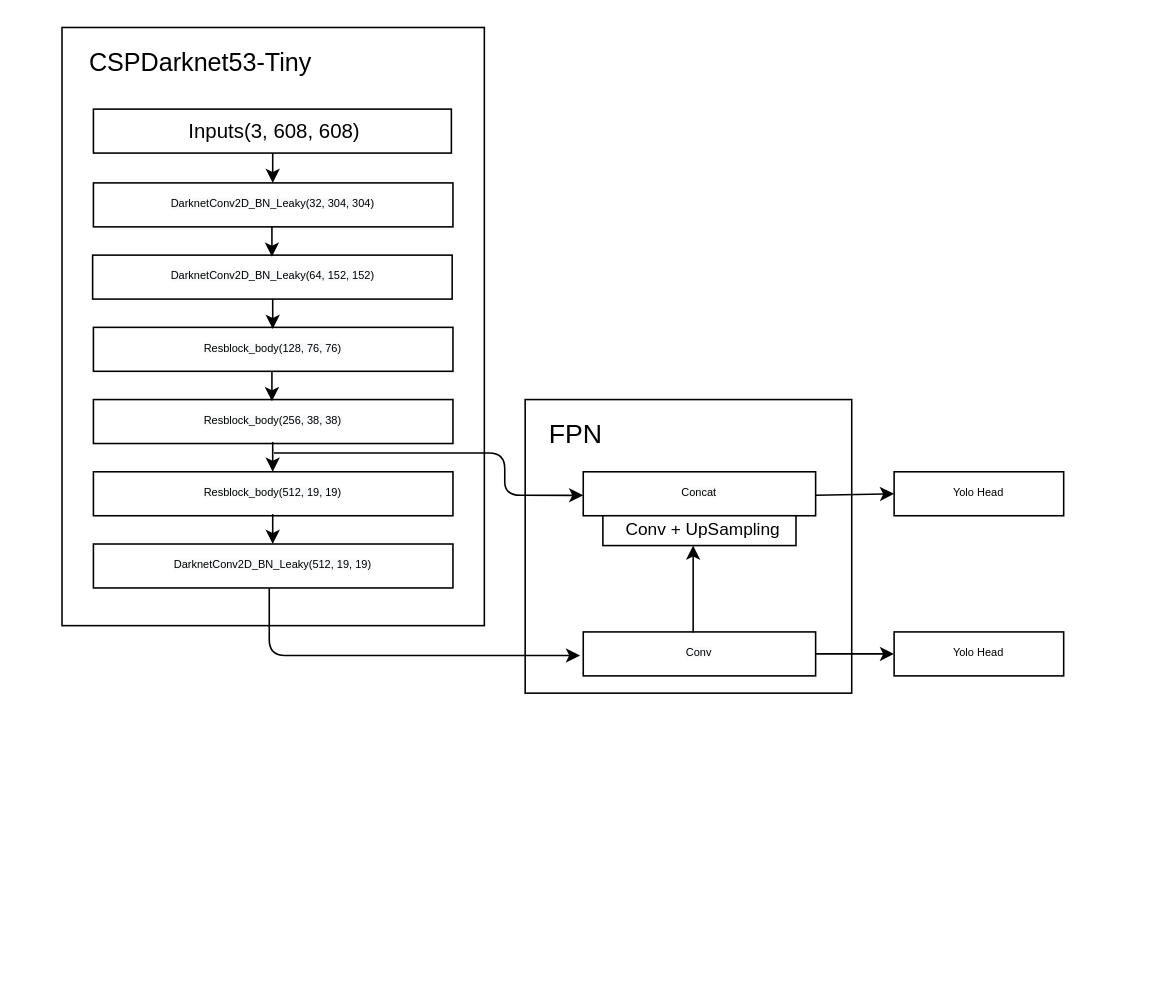
zjie134/blog_pic keeps this draw.io diagram as Untitled Diagram.drawio. Above is the earlier version. Source tidied: cells renumbered, new cells numbered last; positions are measured from the earlier drawing's top-left corner, leaving out a move shared by most shapes. Both pictures are drawn from the tidied source at 157%, with x=0, y=0 at pixel (61, 27).
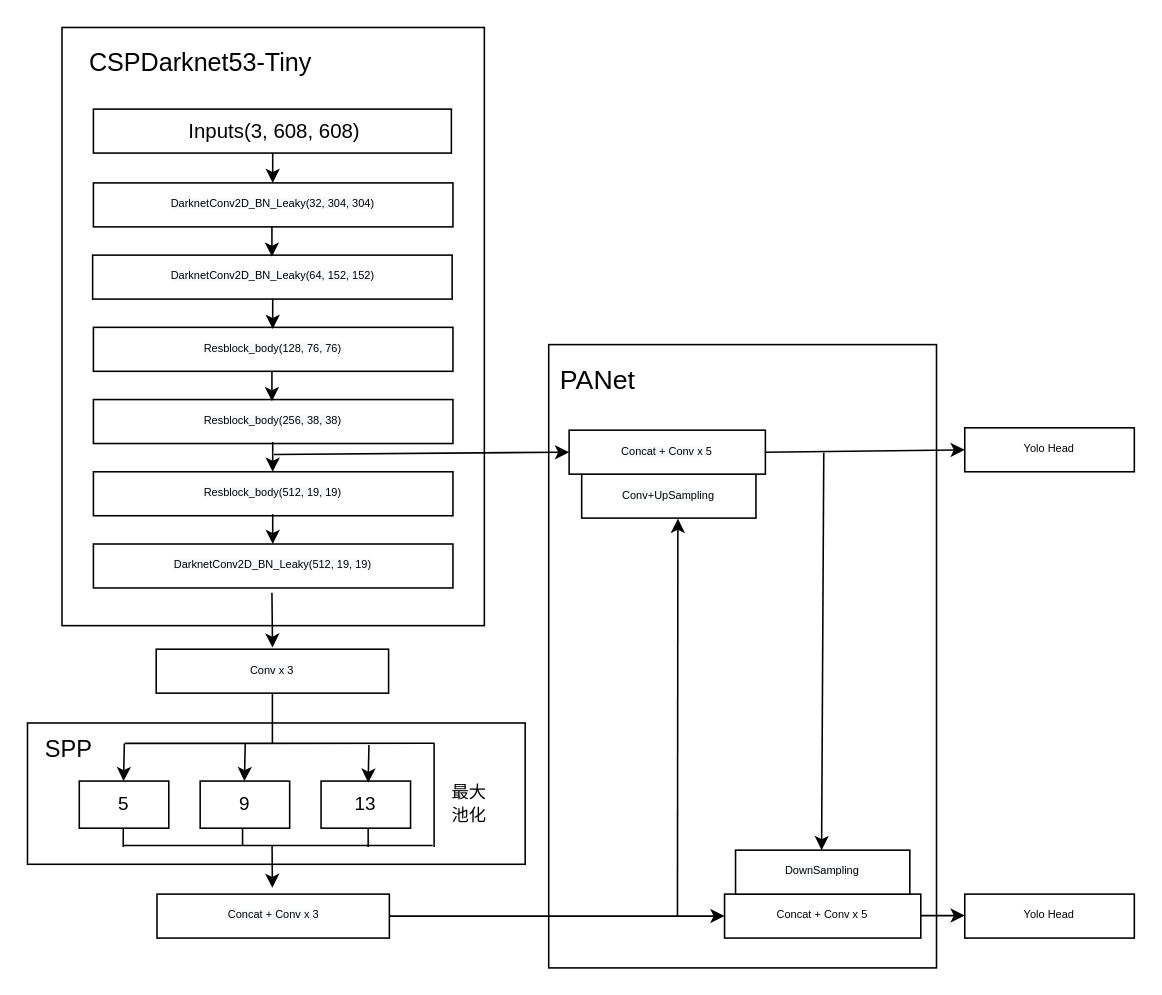
The same diagram, later.

Commit message:
YOLO-TINY-change

Change to the diagram source:
```diff
@@
     <mxCell id="2" style="rounded=0;whiteSpace=wrap;html=1;strokeWidth=1;fontSize=7;" parent="1" vertex="1">
-      <mxGeometry x="295" y="237" width="208" height="187" as="geometry" />
+      <mxGeometry x="310" y="202" width="247" height="397" as="geometry" />
     </mxCell>
@@
-    <mxCell id="9" style="endArrow=classic;html=1;fontSize=7;" parent="1" edge="1">
-      <mxGeometry relative="1" as="geometry">
-        <mxPoint x="132" y="357" as="sourcePoint" />
-        <mxPoint x="330" y="400" as="targetPoint" />
-        <Array as="points">
-          <mxPoint x="132" y="400" />
-        </Array>
-      </mxGeometry>
-    </mxCell>
@@
-    <mxCell id="20" style="endArrow=classic;html=1;fontSize=7;entryX=0;entryY=0.536;entryDx=0;entryDy=0;entryPerimeter=0;" parent="1" edge="1" target="22">
-      <mxGeometry relative="1" as="geometry">
-        <mxPoint x="135" y="271" as="sourcePoint" />
-        <Array as="points">
-          <mxPoint x="282" y="271" />
-          <mxPoint x="282" y="298" />
-        </Array>
-      </mxGeometry>
-    </mxCell>
-    <mxCell id="21" value="&lt;span style=&quot;color: rgb(0 , 0 , 0) ; font-family: &amp;#34;helvetica&amp;#34; ; font-style: normal ; font-weight: 400 ; letter-spacing: normal ; text-align: center ; text-indent: 0px ; text-transform: none ; word-spacing: 0px ; background-color: rgb(248 , 249 , 250) ; display: inline ; float: none ; font-size: 7px&quot;&gt;&lt;font style=&quot;font-size: 7px&quot;&gt;Conv&lt;/font&gt;&lt;/span&gt;" style="rounded=0;whiteSpace=wrap;html=1;strokeWidth=1;fontSize=7;" parent="1" vertex="1">
-      <mxGeometry x="332" y="385" width="148" height="28" as="geometry" />
+    <mxCell id="21" value="&lt;font face=&quot;helvetica&quot;&gt;Concat + Conv x 5&lt;/font&gt;" style="rounded=0;whiteSpace=wrap;html=1;strokeWidth=1;fontSize=7;" parent="1" vertex="1">
+      <mxGeometry x="422" y="552" width="125" height="28" as="geometry" />
     </mxCell>
-    <mxCell id="22" value="&lt;span style=&quot;color: rgb(0 , 0 , 0) ; font-family: &amp;#34;helvetica&amp;#34; ; font-style: normal ; font-weight: 400 ; letter-spacing: normal ; text-align: center ; text-indent: 0px ; text-transform: none ; word-spacing: 0px ; background-color: rgb(248 , 249 , 250) ; display: inline ; float: none ; font-size: 7px&quot;&gt;&lt;font style=&quot;font-size: 7px&quot;&gt;Concat&lt;/font&gt;&lt;/span&gt;" style="rounded=0;whiteSpace=wrap;html=1;strokeWidth=1;fontSize=7;" parent="1" vertex="1">
-      <mxGeometry x="332" y="283" width="148" height="28" as="geometry" />
-    </mxCell>
-    <mxCell id="23" style="rounded=0;whiteSpace=wrap;html=1;strokeWidth=1;fontSize=7;" parent="1" vertex="1">
-      <mxGeometry x="344.5" y="311" width="123" height="19" as="geometry" />
-    </mxCell>
-    <mxCell id="24" value="&lt;font style=&quot;font-size: 11px&quot;&gt;Conv + UpSampling&lt;/font&gt;" style="text;html=1;align=center;verticalAlign=middle;fillColor=none;strokeColor=none;rounded=0;fontSize=7;" parent="1" vertex="1">
-      <mxGeometry x="347.5" y="313.5" width="120" height="12" as="geometry" />
-    </mxCell>
-    <mxCell id="25" style="endArrow=classic;html=1;fontSize=7;entryX=0;entryY=0.5;entryDx=0;entryDy=0;" parent="1" edge="1" target="27">
-      <mxGeometry relative="1" as="geometry">
-        <mxPoint x="480" y="298" as="sourcePoint" />
-      </mxGeometry>
+    <mxCell id="25" style="endArrow=classic;html=1;fontSize=7;entryX=0;entryY=0.5;entryDx=0;entryDy=0;exitX=1;exitY=0.5;exitDx=0;exitDy=0;" parent="1" edge="1" source="54" target="27">
+      <mxGeometry relative="1" as="geometry" />
     </mxCell>
-    <mxCell id="26" style="endArrow=classic;html=1;fontSize=7;entryX=0;entryY=0.5;entryDx=0;entryDy=0;" parent="1" edge="1" target="28">
-      <mxGeometry relative="1" as="geometry">
-        <mxPoint x="480" y="399" as="sourcePoint" />
-      </mxGeometry>
-    </mxCell>
     <mxCell id="27" value="&lt;font face=&quot;helvetica&quot;&gt;Yolo Head&lt;/font&gt;" style="rounded=0;whiteSpace=wrap;html=1;strokeWidth=1;fontSize=7;" parent="1" vertex="1">
-      <mxGeometry x="530" y="283" width="108" height="28" as="geometry" />
+      <mxGeometry x="575" y="255" width="108" height="28" as="geometry" />
     </mxCell>
     <mxCell id="28" value="&lt;span style=&quot;font-family: &amp;#34;helvetica&amp;#34;&quot;&gt;Yolo Head&lt;/span&gt;" style="rounded=0;whiteSpace=wrap;html=1;strokeWidth=1;fontSize=7;" parent="1" vertex="1">
-      <mxGeometry x="530" y="385" width="108" height="28" as="geometry" />
+      <mxGeometry x="575" y="552" width="108" height="28" as="geometry" />
     </mxCell>
-    <mxCell id="29" value="&lt;font style=&quot;font-size: 17px&quot;&gt;FPN&lt;/font&gt;" style="text;html=1;align=center;verticalAlign=middle;fillColor=none;strokeColor=none;rounded=0;fontSize=7;" parent="1" vertex="1">
-      <mxGeometry x="305.5" y="253" width="42" height="14" as="geometry" />
+    <mxCell id="29" value="&lt;font style=&quot;font-size: 17px&quot;&gt;PANet&lt;/font&gt;" style="text;html=1;align=center;verticalAlign=middle;fillColor=none;strokeColor=none;rounded=0;fontSize=7;" parent="1" vertex="1">
+      <mxGeometry x="312" y="219" width="58" height="14" as="geometry" />
     </mxCell>
-    <mxCell id="30" style="endArrow=classic;html=1;fontSize=7;exitX=0.473;exitY=0.014;exitDx=0;exitDy=0;exitPerimeter=0;" parent="1" edge="1" source="21">
+    <mxCell id="30" style="endArrow=classic;html=1;fontSize=7;entryX=0.552;entryY=1.014;entryDx=0;entryDy=0;entryPerimeter=0;" parent="1" edge="1" target="53">
       <mxGeometry relative="1" as="geometry">
-        <mxPoint x="402" y="330" as="targetPoint" />
+        <mxPoint x="392" y="566" as="sourcePoint" />
       </mxGeometry>
     </mxCell>
+    <mxCell id="31" value="&lt;span style=&quot;color: rgb(0 , 0 , 0) ; font-family: &amp;#34;helvetica&amp;#34; ; font-style: normal ; font-weight: 400 ; letter-spacing: normal ; text-align: center ; text-indent: 0px ; text-transform: none ; word-spacing: 0px ; background-color: rgb(248 , 249 , 250) ; display: inline ; float: none ; font-size: 7px&quot;&gt;&lt;font style=&quot;font-size: 7px&quot;&gt;Conv x 3&lt;/font&gt;&lt;/span&gt;" style="rounded=0;whiteSpace=wrap;html=1;strokeWidth=1;fontSize=7;" parent="1" vertex="1">
+      <mxGeometry x="60" y="396" width="148" height="28" as="geometry" />
+    </mxCell>
+    <mxCell id="32" style="endArrow=classic;html=1;fontSize=7;" parent="1" edge="1">
+      <mxGeometry relative="1" as="geometry">
+        <mxPoint x="133.7" y="360" as="sourcePoint" />
+        <mxPoint x="134.1" y="395" as="targetPoint" />
+      </mxGeometry>
+    </mxCell>
+    <mxCell id="33" style="rounded=0;whiteSpace=wrap;html=1;" parent="1" vertex="1">
+      <mxGeometry x="-22" y="443" width="317" height="90" as="geometry" />
+    </mxCell>
+    <mxCell id="34" value="5" style="rounded=0;whiteSpace=wrap;html=1;" parent="1" vertex="1">
+      <mxGeometry x="11" y="480" width="57" height="30" as="geometry" />
+    </mxCell>
+    <mxCell id="35" value="9" style="rounded=0;whiteSpace=wrap;html=1;" parent="1" vertex="1">
+      <mxGeometry x="88" y="480" width="57" height="30" as="geometry" />
+    </mxCell>
+    <mxCell id="36" value="13" style="rounded=0;whiteSpace=wrap;html=1;" parent="1" vertex="1">
+      <mxGeometry x="165" y="480" width="57" height="30" as="geometry" />
+    </mxCell>
+    <mxCell id="37" style="endArrow=classic;html=1;" parent="1" edge="1">
+      <mxGeometry relative="1" as="geometry">
+        <mxPoint x="39.7" y="456" as="sourcePoint" />
+        <mxPoint x="39.2" y="480" as="targetPoint" />
+      </mxGeometry>
+    </mxCell>
+    <mxCell id="38" style="endArrow=none;html=1;entryX=0.818;entryY=0.144;entryDx=0;entryDy=0;entryPerimeter=0;" parent="1" edge="1" target="33">
+      <mxGeometry relative="1" as="geometry">
+        <mxPoint x="40" y="456" as="sourcePoint" />
+      </mxGeometry>
+    </mxCell>
+    <mxCell id="39" style="endArrow=classic;html=1;" parent="1" edge="1">
+      <mxGeometry relative="1" as="geometry">
+        <mxPoint x="195.5" y="457" as="sourcePoint" />
+        <mxPoint x="195" y="481" as="targetPoint" />
+      </mxGeometry>
+    </mxCell>
+    <mxCell id="40" style="endArrow=classic;html=1;" parent="1" edge="1">
+      <mxGeometry relative="1" as="geometry">
+        <mxPoint x="116.7" y="456" as="sourcePoint" />
+        <mxPoint x="116.2" y="480" as="targetPoint" />
+      </mxGeometry>
+    </mxCell>
+    <mxCell id="41" style="endArrow=none;html=1;" parent="1" edge="1">
+      <mxGeometry relative="1" as="geometry">
+        <mxPoint x="134" y="456" as="sourcePoint" />
+        <mxPoint x="134" y="424" as="targetPoint" />
+      </mxGeometry>
+    </mxCell>
+    <mxCell id="42" style="endArrow=none;html=1;entryX=0.818;entryY=0.144;entryDx=0;entryDy=0;entryPerimeter=0;" parent="1" edge="1">
+      <mxGeometry relative="1" as="geometry">
+        <mxPoint x="39" y="521" as="sourcePoint" />
+        <mxPoint x="236.1" y="521" as="targetPoint" />
+      </mxGeometry>
+    </mxCell>
+    <mxCell id="43" style="endArrow=none;html=1;" parent="1" edge="1">
+      <mxGeometry relative="1" as="geometry">
+        <mxPoint x="237" y="522" as="sourcePoint" />
+        <mxPoint x="237" y="456" as="targetPoint" />
+      </mxGeometry>
+    </mxCell>
+    <mxCell id="44" style="endArrow=none;html=1;" parent="1" edge="1">
+      <mxGeometry relative="1" as="geometry">
+        <mxPoint x="39" y="522" as="sourcePoint" />
+        <mxPoint x="39" y="510" as="targetPoint" />
+      </mxGeometry>
+    </mxCell>
+    <mxCell id="45" style="endArrow=classic;html=1;" parent="1" edge="1">
+      <mxGeometry relative="1" as="geometry">
+        <mxPoint x="133.8" y="521" as="sourcePoint" />
+        <mxPoint x="134" y="548" as="targetPoint" />
+      </mxGeometry>
+    </mxCell>
+    <mxCell id="46" value="&lt;font style=&quot;font-size: 15px&quot;&gt;SPP&lt;/font&gt;" style="text;html=1;align=center;verticalAlign=middle;fillColor=none;strokeColor=none;rounded=0;" parent="1" vertex="1">
+      <mxGeometry x="-15" y="449" width="38" height="19" as="geometry" />
+    </mxCell>
+    <mxCell id="47" style="endArrow=none;html=1;" parent="1" edge="1">
+      <mxGeometry relative="1" as="geometry">
+        <mxPoint x="115" y="521" as="sourcePoint" />
+        <mxPoint x="115" y="510" as="targetPoint" />
+      </mxGeometry>
+    </mxCell>
+    <mxCell id="48" style="endArrow=none;html=1;" parent="1" edge="1">
+      <mxGeometry relative="1" as="geometry">
+        <mxPoint x="195" y="522" as="sourcePoint" />
+        <mxPoint x="195" y="510" as="targetPoint" />
+      </mxGeometry>
+    </mxCell>
+    <mxCell id="49" value="&lt;font style=&quot;font-size: 11px&quot;&gt;最大&lt;br&gt;池化&lt;/font&gt;" style="text;html=1;align=center;verticalAlign=middle;fillColor=none;strokeColor=none;rounded=0;" parent="1" vertex="1">
+      <mxGeometry x="242" y="478" width="34" height="32" as="geometry" />
+    </mxCell>
+    <mxCell id="50" value="&lt;span style=&quot;color: rgb(0 , 0 , 0) ; font-family: &amp;#34;helvetica&amp;#34; ; font-style: normal ; font-weight: 400 ; letter-spacing: normal ; text-align: center ; text-indent: 0px ; text-transform: none ; word-spacing: 0px ; background-color: rgb(248 , 249 , 250) ; display: inline ; float: none ; font-size: 7px&quot;&gt;&lt;font style=&quot;font-size: 7px&quot;&gt;Concat + Conv x 3&lt;/font&gt;&lt;/span&gt;" style="rounded=0;whiteSpace=wrap;html=1;strokeWidth=1;fontSize=7;" parent="1" vertex="1">
+      <mxGeometry x="60.5" y="552" width="148" height="28" as="geometry" />
+    </mxCell>
+    <mxCell id="51" style="endArrow=classic;html=1;" parent="1" edge="1" target="21">
+      <mxGeometry relative="1" as="geometry">
+        <mxPoint x="208.5" y="566" as="sourcePoint" />
+      </mxGeometry>
+    </mxCell>
+    <mxCell id="52" style="endArrow=classic;html=1;entryX=0;entryY=0.5;entryDx=0;entryDy=0;" parent="1" edge="1" target="54">
+      <mxGeometry relative="1" as="geometry">
+        <mxPoint x="135" y="272" as="sourcePoint" />
+      </mxGeometry>
+    </mxCell>
+    <mxCell id="53" value="&lt;span style=&quot;color: rgb(0 , 0 , 0) ; font-family: &amp;#34;helvetica&amp;#34; ; font-style: normal ; font-weight: 400 ; letter-spacing: normal ; text-align: center ; text-indent: 0px ; text-transform: none ; word-spacing: 0px ; background-color: rgb(248 , 249 , 250) ; display: inline ; float: none ; font-size: 7px&quot;&gt;&lt;font style=&quot;font-size: 7px&quot;&gt;Conv+UpSampling&lt;/font&gt;&lt;/span&gt;" style="rounded=0;whiteSpace=wrap;html=1;strokeWidth=1;fontSize=7;" parent="1" vertex="1">
+      <mxGeometry x="331" y="284.5" width="111" height="28" as="geometry" />
+    </mxCell>
+    <mxCell id="54" value="&lt;span style=&quot;color: rgb(0 , 0 , 0) ; font-family: &amp;#34;helvetica&amp;#34; ; font-style: normal ; font-weight: 400 ; letter-spacing: normal ; text-align: center ; text-indent: 0px ; text-transform: none ; word-spacing: 0px ; background-color: rgb(248 , 249 , 250) ; display: inline ; float: none ; font-size: 7px&quot;&gt;&lt;font style=&quot;font-size: 7px&quot;&gt;Concat + Conv x 5&lt;/font&gt;&lt;/span&gt;" style="rounded=0;whiteSpace=wrap;html=1;strokeWidth=1;fontSize=7;" parent="1" vertex="1">
+      <mxGeometry x="323" y="256.5" width="125" height="28" as="geometry" />
+    </mxCell>
+    <mxCell id="55" value="&lt;span style=&quot;color: rgb(0 , 0 , 0) ; font-family: &amp;#34;helvetica&amp;#34; ; font-style: normal ; font-weight: 400 ; letter-spacing: normal ; text-align: center ; text-indent: 0px ; text-transform: none ; word-spacing: 0px ; background-color: rgb(248 , 249 , 250) ; display: inline ; float: none ; font-size: 7px&quot;&gt;&lt;font style=&quot;font-size: 7px&quot;&gt;DownSampling&lt;/font&gt;&lt;/span&gt;" style="rounded=0;whiteSpace=wrap;html=1;strokeWidth=1;fontSize=7;" parent="1" vertex="1">
+      <mxGeometry x="429" y="524" width="111" height="28" as="geometry" />
+    </mxCell>
+    <mxCell id="56" style="endArrow=classic;html=1;entryX=0.447;entryY=0.009;entryDx=0;entryDy=0;entryPerimeter=0;" parent="1" edge="1">
+      <mxGeometry relative="1" as="geometry">
+        <mxPoint x="485.2" y="270.8" as="sourcePoint" />
+        <mxPoint x="483.8" y="524" as="targetPoint" />
+      </mxGeometry>
+    </mxCell>
+    <mxCell id="57" style="endArrow=classic;html=1;" parent="1" edge="1">
+      <mxGeometry relative="1" as="geometry">
+        <mxPoint x="547" y="565.7" as="sourcePoint" />
+        <mxPoint x="575" y="565.7" as="targetPoint" />
+      </mxGeometry>
+    </mxCell>
```
